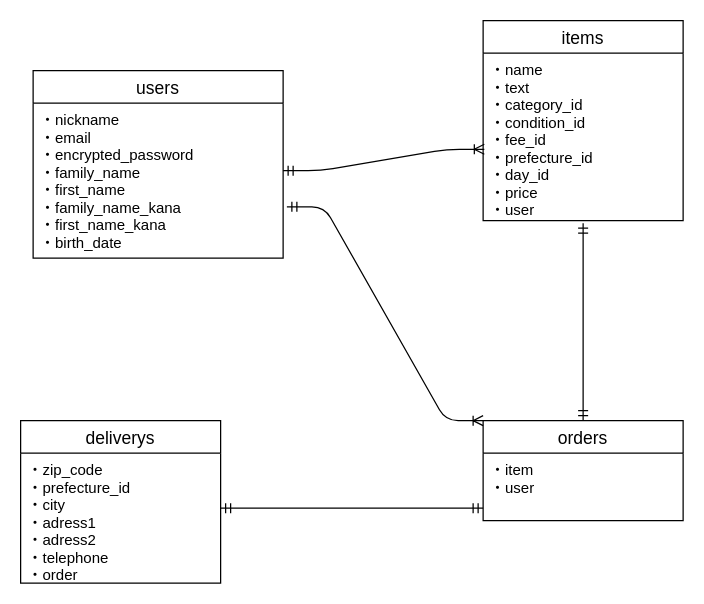
Before: ER.dio in nikan006/furima-36901, a draw.io diagram. Source tidied: cells renumbered, new cells numbered last; positions are measured from the earlier drawing's top-left corner, leaving out a move shared by most shapes. Both pictures are drawn from the tidied source at 125%, with x=0, y=0 at pixel (20, 20).
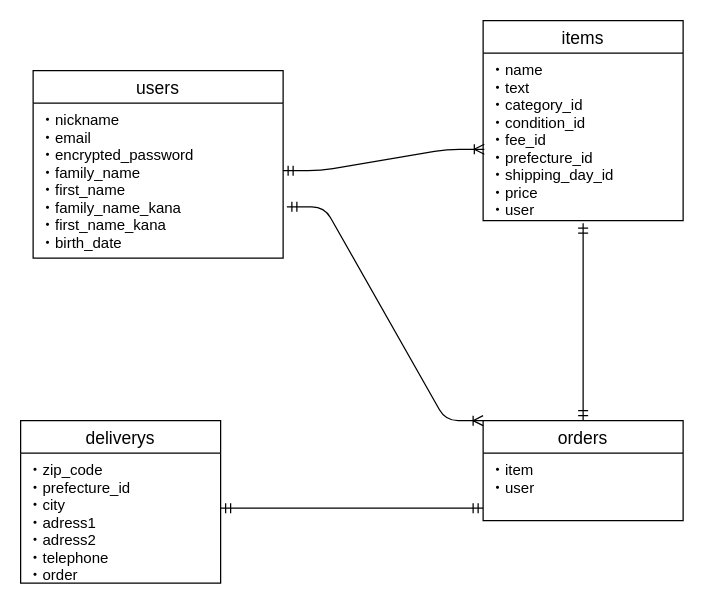
After the change.

Change to the diagram source:
```diff
@@
 <mxGraphModel>
   <root>
     <mxCell id="0" />
     <mxCell id="1" parent="0" />
     <mxCell id="2" value="users" style="swimlane;fontStyle=0;horizontal=1;startSize=26;align=center;fontSize=14;rounded=0;" parent="1" vertex="1">
       <mxGeometry x="10" y="40" width="200" height="150" as="geometry" />
     </mxCell>
     <mxCell id="3" value="・nickname&#10;・email&#10;・encrypted_password&#10;・family_name&#10;・first_name&#10;・family_name_kana&#10;・first_name_kana&#10;・birth_date&#10;" style="text;strokeColor=none;fillColor=none;spacingLeft=4;spacingRight=4;overflow=hidden;points=[[0,0.5],[1,0.5]];portConstraint=eastwest;fontSize=12;" parent="2" vertex="1">
       <mxGeometry y="26" width="200" height="124" as="geometry" />
     </mxCell>
     <mxCell id="4" value="items" style="swimlane;fontStyle=0;horizontal=1;startSize=26;align=center;fontSize=14;rounded=0;" parent="1" vertex="1">
       <mxGeometry x="370" width="160" height="160" as="geometry" />
     </mxCell>
-    <mxCell id="5" value="・name&#10;・text&#10;・category_id&#10;・condition_id&#10;・fee_id&#10;・prefecture_id&#10;・day_id&#10;・price&#10;・user" style="text;strokeColor=none;fillColor=none;spacingLeft=4;spacingRight=4;overflow=hidden;points=[[0,0.5],[1,0.5]];portConstraint=eastwest;fontSize=12;" parent="4" vertex="1">
+    <mxCell id="5" value="・name&#10;・text&#10;・category_id&#10;・condition_id&#10;・fee_id&#10;・prefecture_id&#10;・shipping_day_id&#10;・price&#10;・user" style="text;strokeColor=none;fillColor=none;spacingLeft=4;spacingRight=4;overflow=hidden;points=[[0,0.5],[1,0.5]];portConstraint=eastwest;fontSize=12;" parent="4" vertex="1">
       <mxGeometry y="26" width="160" height="134" as="geometry" />
     </mxCell>
     <mxCell id="6" style="edgeStyle=entityRelationEdgeStyle;fontSize=12;html=1;endArrow=ERoneToMany;startArrow=ERmandOne;entryX=0.006;entryY=0.574;entryDx=0;entryDy=0;entryPerimeter=0;" parent="1" edge="1" target="5">
       <mxGeometry relative="1" as="geometry">
         <mxPoint x="210" y="120" as="sourcePoint" />
       </mxGeometry>
     </mxCell>
     <mxCell id="7" value="orders" style="swimlane;fontStyle=0;horizontal=1;startSize=26;align=center;fontSize=14;rounded=0;" parent="1" vertex="1">
       <mxGeometry x="370" y="320" width="160" height="80" as="geometry" />
     </mxCell>
     <mxCell id="8" value="・item&#10;・user" style="text;strokeColor=none;fillColor=none;spacingLeft=4;spacingRight=4;overflow=hidden;fontSize=12;" parent="7" vertex="1">
       <mxGeometry y="26" width="160" height="54" as="geometry" />
     </mxCell>
     <mxCell id="9" value="deliverys" style="swimlane;fontStyle=0;horizontal=1;startSize=26;align=center;fontSize=14;rounded=0;" parent="1" vertex="1">
       <mxGeometry y="320" width="160" height="130" as="geometry" />
     </mxCell>
     <mxCell id="10" value="・zip_code&#10;・prefecture_id&#10;・city&#10;・adress1&#10;・adress2&#10;・telephone&#10;・order" style="text;strokeColor=none;fillColor=none;spacingLeft=4;spacingRight=4;overflow=hidden;fontSize=12;" parent="9" vertex="1">
       <mxGeometry y="26" width="160" height="104" as="geometry" />
     </mxCell>
     <mxCell id="11" style="edgeStyle=entityRelationEdgeStyle;fontSize=12;html=1;endArrow=ERoneToMany;startArrow=ERmandOne;entryX=0;entryY=0;entryDx=0;entryDy=0;exitX=1.015;exitY=0.669;exitDx=0;exitDy=0;exitPerimeter=0;" parent="1" edge="1" source="3" target="7">
       <mxGeometry relative="1" as="geometry" />
     </mxCell>
     <mxCell id="12" style="fontSize=12;html=1;endArrow=ERmandOne;startArrow=ERmandOne;entryX=0.5;entryY=1.015;entryDx=0;entryDy=0;entryPerimeter=0;exitX=0.5;exitY=0;exitDx=0;exitDy=0;" parent="1" edge="1" source="7" target="5">
       <mxGeometry relative="1" as="geometry" />
     </mxCell>
     <mxCell id="13" style="edgeStyle=entityRelationEdgeStyle;fontSize=12;html=1;endArrow=ERmandOne;startArrow=ERmandOne;" parent="1" edge="1">
       <mxGeometry relative="1" as="geometry">
         <mxPoint x="160" y="390" as="sourcePoint" />
         <mxPoint x="370" y="390" as="targetPoint" />
       </mxGeometry>
     </mxCell>
   </root>
 </mxGraphModel>
```
